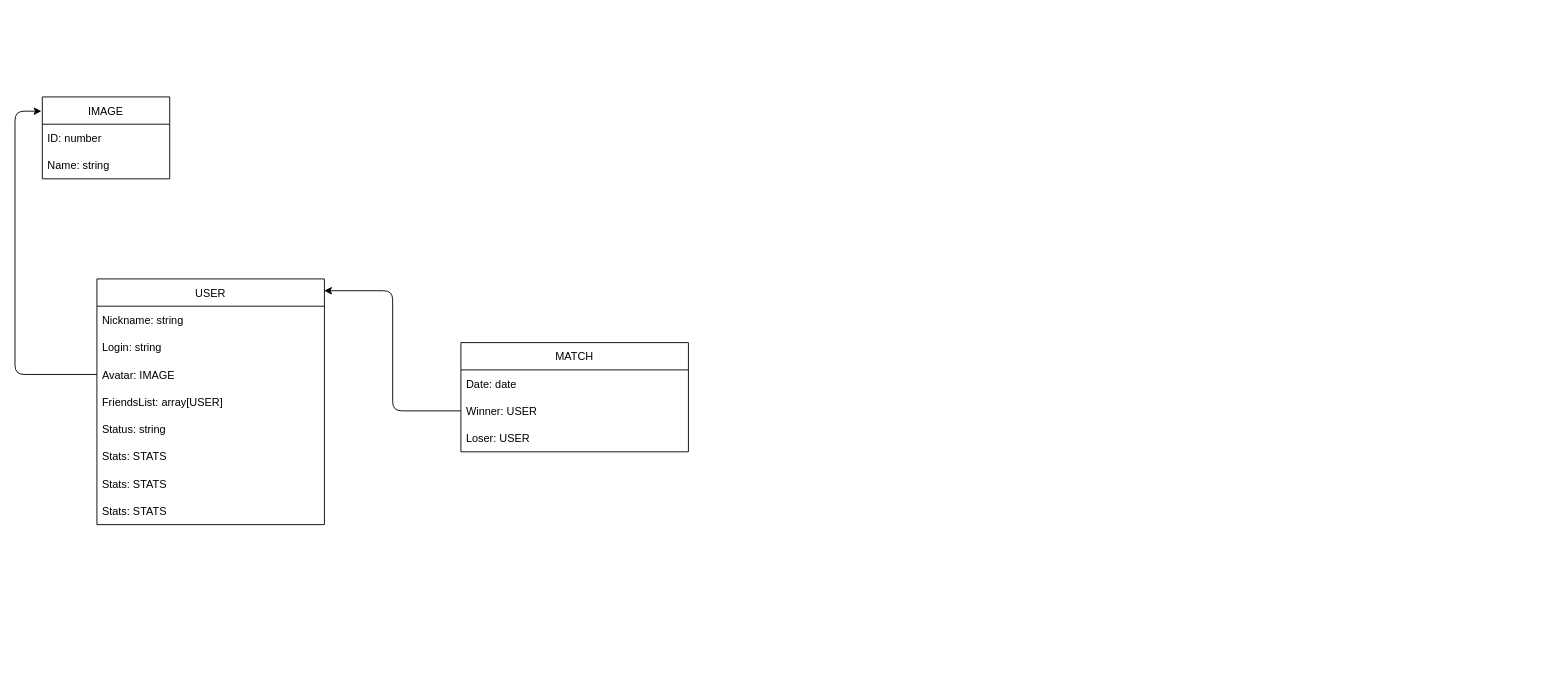
Before: data_model.drawio in ababoum/ft_transcendence, a draw.io diagram. Source tidied: cells renumbered, new cells numbered last; positions are measured from the earlier drawing's top-left corner, leaving out a move shared by most shapes. Both pictures are drawn from the tidied source at 91%, with x=0, y=0 at pixel (15, 96).
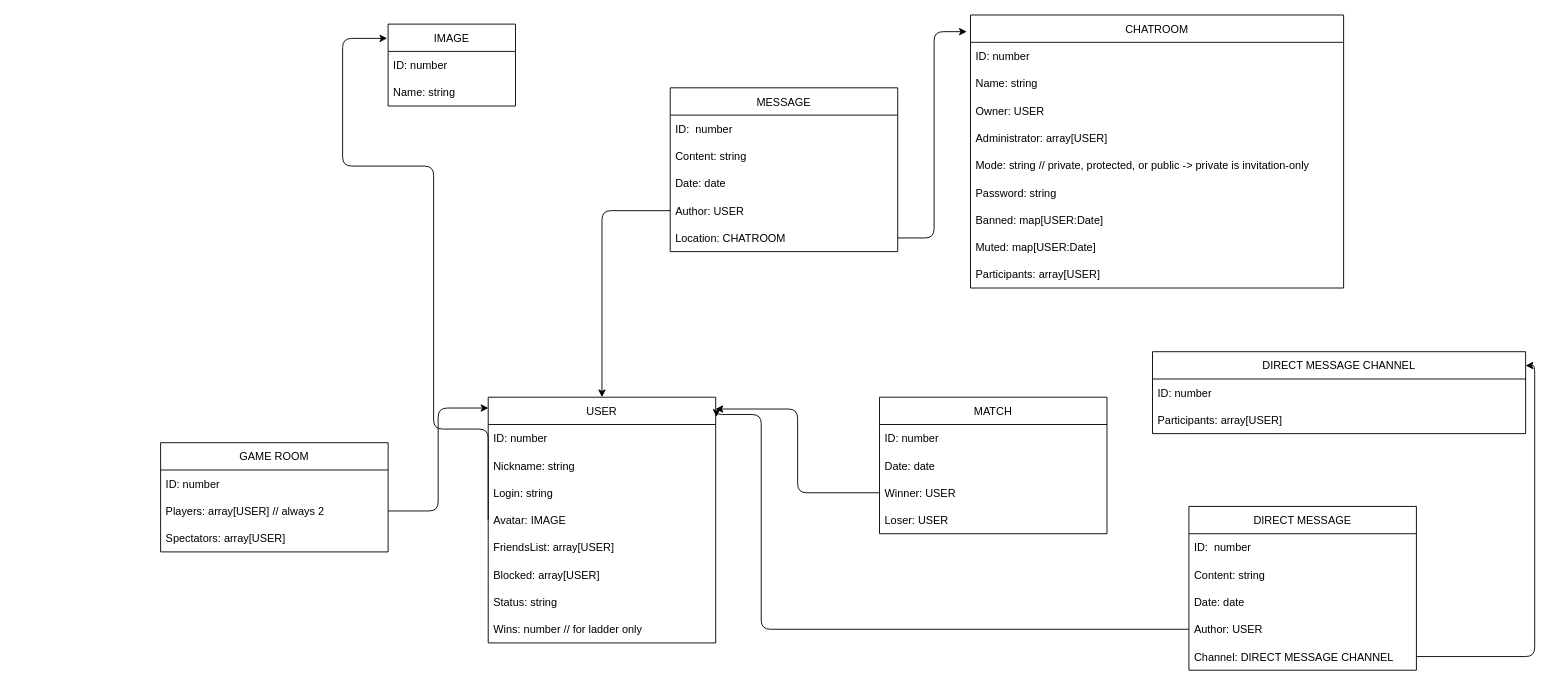
Above is the later version.

Commit message:
update database model schema

The edit, as a diff of the source:
```diff
@@
     <mxCell id="2" value="USER" style="swimlane;fontStyle=0;horizontal=1;startSize=30;" parent="1" vertex="1">
-      <mxGeometry x="90" y="200" width="250" height="270" as="geometry" />
+      <mxGeometry x="520" y="330" width="250" height="270" as="geometry" />
     </mxCell>
-    <mxCell id="3" value="Nickname: string" style="text;strokeColor=none;fillColor=none;align=left;verticalAlign=middle;spacingLeft=4;spacingRight=4;overflow=hidden;" parent="2" vertex="1">
+    <mxCell id="3" value="ID: number" style="text;strokeColor=none;fillColor=none;align=left;verticalAlign=middle;spacingLeft=4;spacingRight=4;overflow=hidden;" parent="2" vertex="1">
       <mxGeometry y="30" width="250" height="30" as="geometry" />
     </mxCell>
+    <mxCell id="20" value="Nickname: string" style="text;strokeColor=none;fillColor=none;align=left;verticalAlign=middle;spacingLeft=4;spacingRight=4;overflow=hidden;" parent="2" vertex="1">
+      <mxGeometry y="60" width="250" height="30" as="geometry" />
+    </mxCell>
     <mxCell id="4" value="Login: string" style="text;strokeColor=none;fillColor=none;align=left;verticalAlign=middle;spacingLeft=4;spacingRight=4;overflow=hidden;" parent="2" vertex="1">
-      <mxGeometry y="60" width="250" height="30" as="geometry" />
+      <mxGeometry y="90" width="250" height="30" as="geometry" />
     </mxCell>
     <mxCell id="5" value="Avatar: IMAGE" style="text;strokeColor=none;fillColor=none;align=left;verticalAlign=middle;spacingLeft=4;spacingRight=4;overflow=hidden;points=[[0,0.5],[1,0.5]];portConstraint=eastwest;" parent="2" vertex="1">
-      <mxGeometry y="90" width="250" height="30" as="geometry" />
+      <mxGeometry y="120" width="250" height="30" as="geometry" />
     </mxCell>
     <mxCell id="6" value="FriendsList: array[USER]" style="text;strokeColor=none;fillColor=none;align=left;verticalAlign=middle;spacingLeft=4;spacingRight=4;overflow=hidden;" parent="2" vertex="1">
-      <mxGeometry y="120" width="250" height="30" as="geometry" />
+      <mxGeometry y="150" width="250" height="30" as="geometry" />
     </mxCell>
+    <mxCell id="21" value="Blocked: array[USER]" style="text;strokeColor=none;fillColor=none;align=left;verticalAlign=middle;spacingLeft=4;spacingRight=4;overflow=hidden;" parent="2" vertex="1">
+      <mxGeometry y="180" width="250" height="30" as="geometry" />
+    </mxCell>
     <mxCell id="7" value="Status: string" style="text;strokeColor=none;fillColor=none;align=left;verticalAlign=middle;spacingLeft=4;spacingRight=4;overflow=hidden;" parent="2" vertex="1">
-      <mxGeometry y="150" width="250" height="30" as="geometry" />
+      <mxGeometry y="210" width="250" height="30" as="geometry" />
     </mxCell>
-    <mxCell id="8" value="Stats: STATS" style="text;strokeColor=none;fillColor=none;align=left;verticalAlign=middle;spacingLeft=4;spacingRight=4;overflow=hidden;" parent="2" vertex="1">
-      <mxGeometry y="180" width="250" height="30" as="geometry" />
+    <mxCell id="8" value="Wins: number // for ladder only" style="text;strokeColor=none;fillColor=none;align=left;verticalAlign=middle;spacingLeft=4;spacingRight=4;overflow=hidden;" parent="2" vertex="1">
+      <mxGeometry y="240" width="250" height="30" as="geometry" />
     </mxCell>
-    <mxCell id="9" value="Stats: STATS" style="text;strokeColor=none;fillColor=none;align=left;verticalAlign=middle;spacingLeft=4;spacingRight=4;overflow=hidden;" parent="2" vertex="1">
-      <mxGeometry y="210" width="250" height="30" as="geometry" />
-    </mxCell>
-    <mxCell id="10" value="Stats: STATS" style="text;strokeColor=none;fillColor=none;align=left;verticalAlign=middle;spacingLeft=4;spacingRight=4;overflow=hidden;" parent="2" vertex="1">
-      <mxGeometry y="240" width="250" height="30" as="geometry" />
-    </mxCell>
     <mxCell id="11" value="IMAGE" style="swimlane;fontStyle=0;horizontal=1;startSize=30;" parent="1" vertex="1">
-      <mxGeometry x="30" width="140" height="90" as="geometry" />
+      <mxGeometry x="410" y="-80" width="140" height="90" as="geometry" />
     </mxCell>
@@
     <mxCell id="14" style="edgeStyle=orthogonalEdgeStyle;html=1;entryX=-0.007;entryY=0.174;entryDx=0;entryDy=0;exitX=0;exitY=0.5;exitDx=0;exitDy=0;entryPerimeter=0;" parent="1" edge="1" source="5" target="11">
       <mxGeometry relative="1" as="geometry">
         <Array as="points">
-          <mxPoint y="305" />
-          <mxPoint y="16" />
+          <mxPoint x="520" y="365" />
+          <mxPoint x="460" y="365" />
+          <mxPoint x="460" y="76" />
+          <mxPoint x="360" y="76" />
+          <mxPoint x="360" y="-64" />
         </Array>
       </mxGeometry>
     </mxCell>
     <mxCell id="15" value="MATCH" style="swimlane;fontStyle=0;horizontal=1;startSize=30;" parent="1" vertex="1">
-      <mxGeometry x="490" y="270" width="250" height="120" as="geometry" />
+      <mxGeometry x="950" y="330" width="250" height="150" as="geometry" />
     </mxCell>
+    <mxCell id="22" value="ID: number" style="text;strokeColor=none;fillColor=none;align=left;verticalAlign=middle;spacingLeft=4;spacingRight=4;overflow=hidden;" parent="15" vertex="1">
+      <mxGeometry y="30" width="250" height="30" as="geometry" />
+    </mxCell>
     <mxCell id="16" value="Date: date" style="text;strokeColor=none;fillColor=none;align=left;verticalAlign=middle;spacingLeft=4;spacingRight=4;overflow=hidden;" parent="15" vertex="1">
-      <mxGeometry y="30" width="250" height="30" as="geometry" />
+      <mxGeometry y="60" width="250" height="30" as="geometry" />
     </mxCell>
     <mxCell id="17" value="Winner: USER" style="text;strokeColor=none;fillColor=none;align=left;verticalAlign=middle;spacingLeft=4;spacingRight=4;overflow=hidden;points=[[0,0.5],[1,0.5]];portConstraint=eastwest;" parent="15" vertex="1">
-      <mxGeometry y="60" width="250" height="30" as="geometry" />
+      <mxGeometry y="90" width="250" height="30" as="geometry" />
     </mxCell>
     <mxCell id="18" value="Loser: USER" style="text;strokeColor=none;fillColor=none;align=left;verticalAlign=middle;spacingLeft=4;spacingRight=4;overflow=hidden;" parent="15" vertex="1">
-      <mxGeometry y="90" width="250" height="30" as="geometry" />
+      <mxGeometry y="120" width="250" height="30" as="geometry" />
     </mxCell>
@@
+    <mxCell id="23" value="CHATROOM" style="swimlane;fontStyle=0;horizontal=1;startSize=30;" parent="1" vertex="1">
+      <mxGeometry x="1050" y="-90" width="410" height="300" as="geometry" />
+    </mxCell>
+    <mxCell id="24" value="ID: number" style="text;strokeColor=none;fillColor=none;align=left;verticalAlign=middle;spacingLeft=4;spacingRight=4;overflow=hidden;" parent="23" vertex="1">
+      <mxGeometry y="30" width="410" height="30" as="geometry" />
+    </mxCell>
+    <mxCell id="25" value="Name: string" style="text;strokeColor=none;fillColor=none;align=left;verticalAlign=middle;spacingLeft=4;spacingRight=4;overflow=hidden;" parent="23" vertex="1">
+      <mxGeometry y="60" width="410" height="30" as="geometry" />
+    </mxCell>
+    <mxCell id="26" value="Owner: USER" style="text;strokeColor=none;fillColor=none;align=left;verticalAlign=middle;spacingLeft=4;spacingRight=4;overflow=hidden;" parent="23" vertex="1">
+      <mxGeometry y="90" width="410" height="30" as="geometry" />
+    </mxCell>
+    <mxCell id="27" value="Administrator: array[USER]" style="text;strokeColor=none;fillColor=none;align=left;verticalAlign=middle;spacingLeft=4;spacingRight=4;overflow=hidden;" parent="23" vertex="1">
+      <mxGeometry y="120" width="410" height="30" as="geometry" />
+    </mxCell>
+    <mxCell id="28" value="Mode: string // private, protected, or public -&gt; private is invitation-only" style="text;strokeColor=none;fillColor=none;align=left;verticalAlign=middle;spacingLeft=4;spacingRight=4;overflow=hidden;" parent="23" vertex="1">
+      <mxGeometry y="150" width="410" height="30" as="geometry" />
+    </mxCell>
+    <mxCell id="29" value="Password: string" style="text;strokeColor=none;fillColor=none;align=left;verticalAlign=middle;spacingLeft=4;spacingRight=4;overflow=hidden;" parent="23" vertex="1">
+      <mxGeometry y="180" width="410" height="30" as="geometry" />
+    </mxCell>
+    <mxCell id="30" value="Banned: map[USER:Date]" style="text;strokeColor=none;fillColor=none;align=left;verticalAlign=middle;spacingLeft=4;spacingRight=4;overflow=hidden;" parent="23" vertex="1">
+      <mxGeometry y="210" width="410" height="30" as="geometry" />
+    </mxCell>
+    <mxCell id="31" value="Muted: map[USER:Date]" style="text;strokeColor=none;fillColor=none;align=left;verticalAlign=middle;spacingLeft=4;spacingRight=4;overflow=hidden;" parent="23" vertex="1">
+      <mxGeometry y="240" width="410" height="30" as="geometry" />
+    </mxCell>
+    <mxCell id="32" value="Participants: array[USER]" style="text;strokeColor=none;fillColor=none;align=left;verticalAlign=middle;spacingLeft=4;spacingRight=4;overflow=hidden;" parent="23" vertex="1">
+      <mxGeometry y="270" width="410" height="30" as="geometry" />
+    </mxCell>
+    <mxCell id="33" value="MESSAGE" style="swimlane;fontStyle=0;horizontal=1;startSize=30;" parent="1" vertex="1">
+      <mxGeometry x="720" y="-10" width="250" height="180" as="geometry" />
+    </mxCell>
+    <mxCell id="34" value="ID:  number" style="text;strokeColor=none;fillColor=none;align=left;verticalAlign=middle;spacingLeft=4;spacingRight=4;overflow=hidden;" parent="33" vertex="1">
+      <mxGeometry y="30" width="250" height="30" as="geometry" />
+    </mxCell>
+    <mxCell id="35" value="Content: string" style="text;strokeColor=none;fillColor=none;align=left;verticalAlign=middle;spacingLeft=4;spacingRight=4;overflow=hidden;" parent="33" vertex="1">
+      <mxGeometry y="60" width="250" height="30" as="geometry" />
+    </mxCell>
+    <mxCell id="36" value="Date: date" style="text;strokeColor=none;fillColor=none;align=left;verticalAlign=middle;spacingLeft=4;spacingRight=4;overflow=hidden;" parent="33" vertex="1">
+      <mxGeometry y="90" width="250" height="30" as="geometry" />
+    </mxCell>
+    <mxCell id="37" value="Author: USER" style="text;strokeColor=none;fillColor=none;align=left;verticalAlign=middle;spacingLeft=4;spacingRight=4;overflow=hidden;points=[[0,0.5],[1,0.5]];portConstraint=eastwest;" parent="33" vertex="1">
+      <mxGeometry y="120" width="250" height="30" as="geometry" />
+    </mxCell>
+    <mxCell id="38" value="Location: CHATROOM" style="text;strokeColor=none;fillColor=none;align=left;verticalAlign=middle;spacingLeft=4;spacingRight=4;overflow=hidden;points=[[0,0.5],[1,0.5]];portConstraint=eastwest;" parent="33" vertex="1">
+      <mxGeometry y="150" width="250" height="30" as="geometry" />
+    </mxCell>
+    <mxCell id="39" style="edgeStyle=orthogonalEdgeStyle;html=1;entryX=0.5;entryY=0;entryDx=0;entryDy=0;" parent="1" edge="1" source="37" target="2">
+      <mxGeometry relative="1" as="geometry" />
+    </mxCell>
+    <mxCell id="40" value="DIRECT MESSAGE CHANNEL" style="swimlane;fontStyle=0;horizontal=1;startSize=30;" parent="1" vertex="1">
+      <mxGeometry x="1250" y="280" width="410" height="90" as="geometry" />
+    </mxCell>
+    <mxCell id="41" value="ID: number" style="text;strokeColor=none;fillColor=none;align=left;verticalAlign=middle;spacingLeft=4;spacingRight=4;overflow=hidden;" parent="40" vertex="1">
+      <mxGeometry y="30" width="410" height="30" as="geometry" />
+    </mxCell>
+    <mxCell id="42" value="Participants: array[USER]" style="text;strokeColor=none;fillColor=none;align=left;verticalAlign=middle;spacingLeft=4;spacingRight=4;overflow=hidden;" parent="40" vertex="1">
+      <mxGeometry y="60" width="410" height="30" as="geometry" />
+    </mxCell>
+    <mxCell id="43" value="DIRECT MESSAGE" style="swimlane;fontStyle=0;horizontal=1;startSize=30;" parent="1" vertex="1">
+      <mxGeometry x="1290" y="450" width="250" height="180" as="geometry" />
+    </mxCell>
+    <mxCell id="44" value="ID:  number" style="text;strokeColor=none;fillColor=none;align=left;verticalAlign=middle;spacingLeft=4;spacingRight=4;overflow=hidden;" parent="43" vertex="1">
+      <mxGeometry y="30" width="250" height="30" as="geometry" />
+    </mxCell>
+    <mxCell id="45" value="Content: string" style="text;strokeColor=none;fillColor=none;align=left;verticalAlign=middle;spacingLeft=4;spacingRight=4;overflow=hidden;" parent="43" vertex="1">
+      <mxGeometry y="60" width="250" height="30" as="geometry" />
+    </mxCell>
+    <mxCell id="46" value="Date: date" style="text;strokeColor=none;fillColor=none;align=left;verticalAlign=middle;spacingLeft=4;spacingRight=4;overflow=hidden;" parent="43" vertex="1">
+      <mxGeometry y="90" width="250" height="30" as="geometry" />
+    </mxCell>
+    <mxCell id="47" value="Author: USER" style="text;strokeColor=none;fillColor=none;align=left;verticalAlign=middle;spacingLeft=4;spacingRight=4;overflow=hidden;points=[[0,0.5],[1,0.5]];portConstraint=eastwest;" parent="43" vertex="1">
+      <mxGeometry y="120" width="250" height="30" as="geometry" />
+    </mxCell>
+    <mxCell id="48" value="Channel: DIRECT MESSAGE CHANNEL" style="text;strokeColor=none;fillColor=none;align=left;verticalAlign=middle;spacingLeft=4;spacingRight=4;overflow=hidden;points=[[0,0.5],[1,0.5]];portConstraint=eastwest;" parent="43" vertex="1">
+      <mxGeometry y="150" width="250" height="30" as="geometry" />
+    </mxCell>
+    <mxCell id="49" style="edgeStyle=orthogonalEdgeStyle;html=1;entryX=1;entryY=0.169;entryDx=0;entryDy=0;entryPerimeter=0;" parent="1" edge="1" source="48" target="40">
+      <mxGeometry relative="1" as="geometry" />
+    </mxCell>
+    <mxCell id="50" style="edgeStyle=orthogonalEdgeStyle;html=1;entryX=1.003;entryY=0.08;entryDx=0;entryDy=0;entryPerimeter=0;" parent="1" edge="1" source="47" target="2">
+      <mxGeometry relative="1" as="geometry">
+        <Array as="points">
+          <mxPoint x="820" y="585" />
+          <mxPoint x="820" y="349" />
+        </Array>
+      </mxGeometry>
+    </mxCell>
+    <mxCell id="51" style="edgeStyle=orthogonalEdgeStyle;html=1;entryX=-0.01;entryY=0.061;entryDx=0;entryDy=0;entryPerimeter=0;" parent="1" edge="1" source="38" target="23">
+      <mxGeometry relative="1" as="geometry" />
+    </mxCell>
+    <mxCell id="52" value="GAME ROOM" style="swimlane;fontStyle=0;horizontal=1;startSize=30;" parent="1" vertex="1">
+      <mxGeometry x="160" y="380" width="250" height="120" as="geometry" />
+    </mxCell>
+    <mxCell id="53" value="ID: number" style="text;strokeColor=none;fillColor=none;align=left;verticalAlign=middle;spacingLeft=4;spacingRight=4;overflow=hidden;" parent="52" vertex="1">
+      <mxGeometry y="30" width="250" height="30" as="geometry" />
+    </mxCell>
+    <mxCell id="54" value="Players: array[USER] // always 2" style="text;strokeColor=none;fillColor=none;align=left;verticalAlign=middle;spacingLeft=4;spacingRight=4;overflow=hidden;points=[[0,0.5],[1,0.5]];portConstraint=eastwest;" parent="52" vertex="1">
+      <mxGeometry y="60" width="250" height="30" as="geometry" />
+    </mxCell>
+    <mxCell id="55" value="Spectators: array[USER]" style="text;strokeColor=none;fillColor=none;align=left;verticalAlign=middle;spacingLeft=4;spacingRight=4;overflow=hidden;" parent="52" vertex="1">
+      <mxGeometry y="90" width="250" height="30" as="geometry" />
+    </mxCell>
+    <mxCell id="56" style="edgeStyle=orthogonalEdgeStyle;html=1;entryX=0.001;entryY=0.044;entryDx=0;entryDy=0;entryPerimeter=0;" parent="1" edge="1" source="54" target="2">
+      <mxGeometry relative="1" as="geometry" />
+    </mxCell>
```
